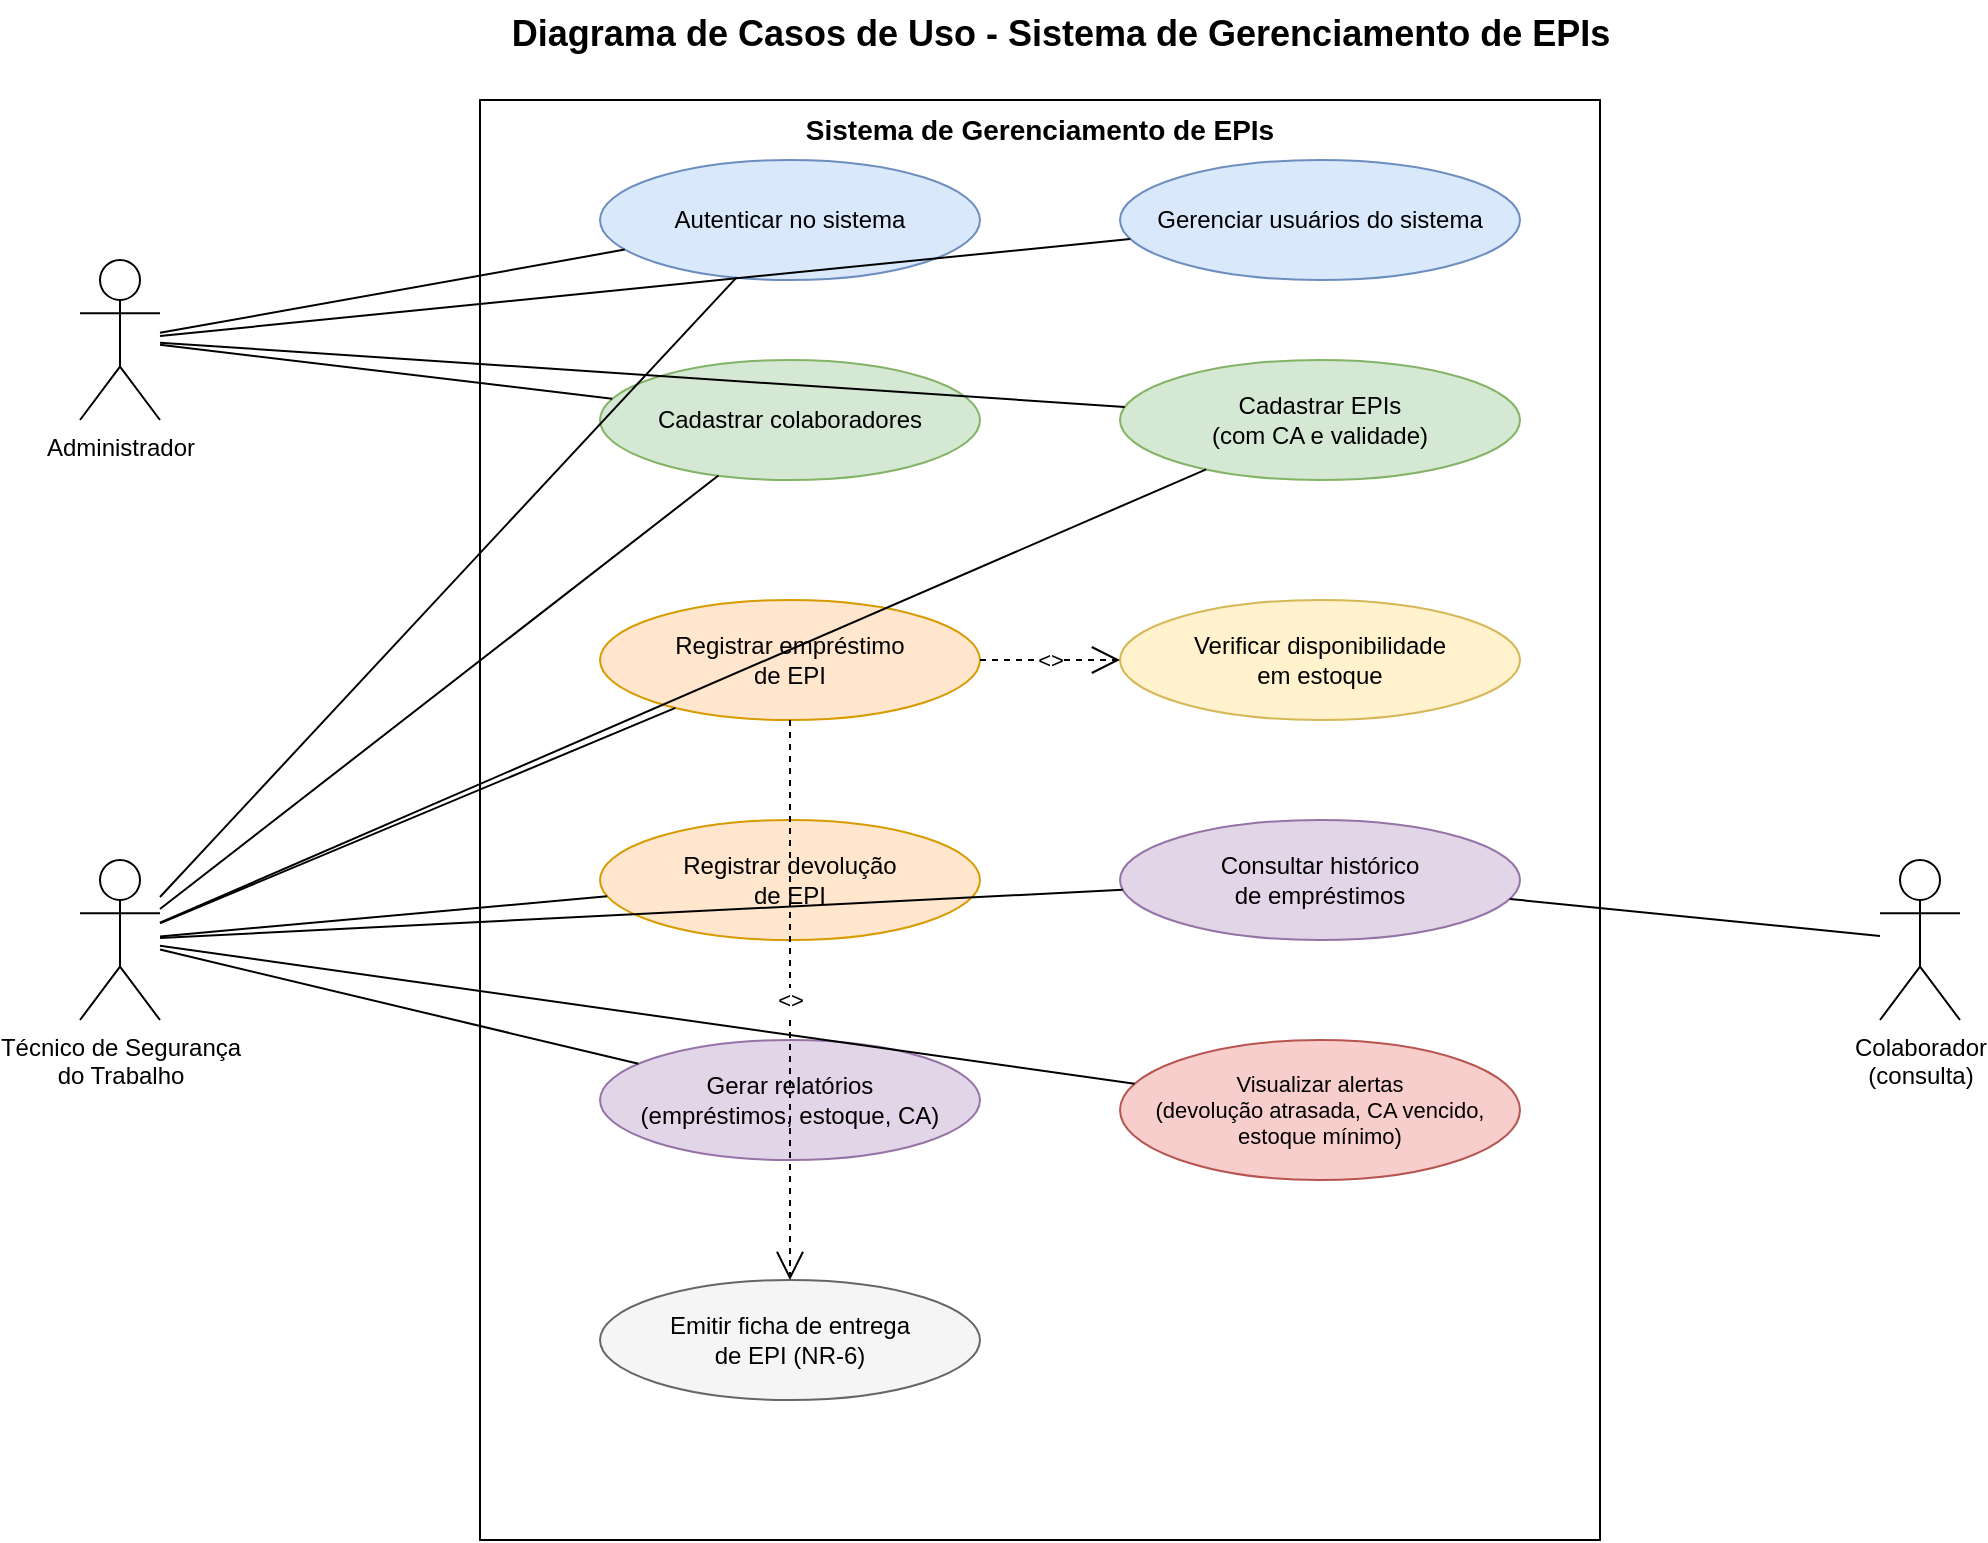
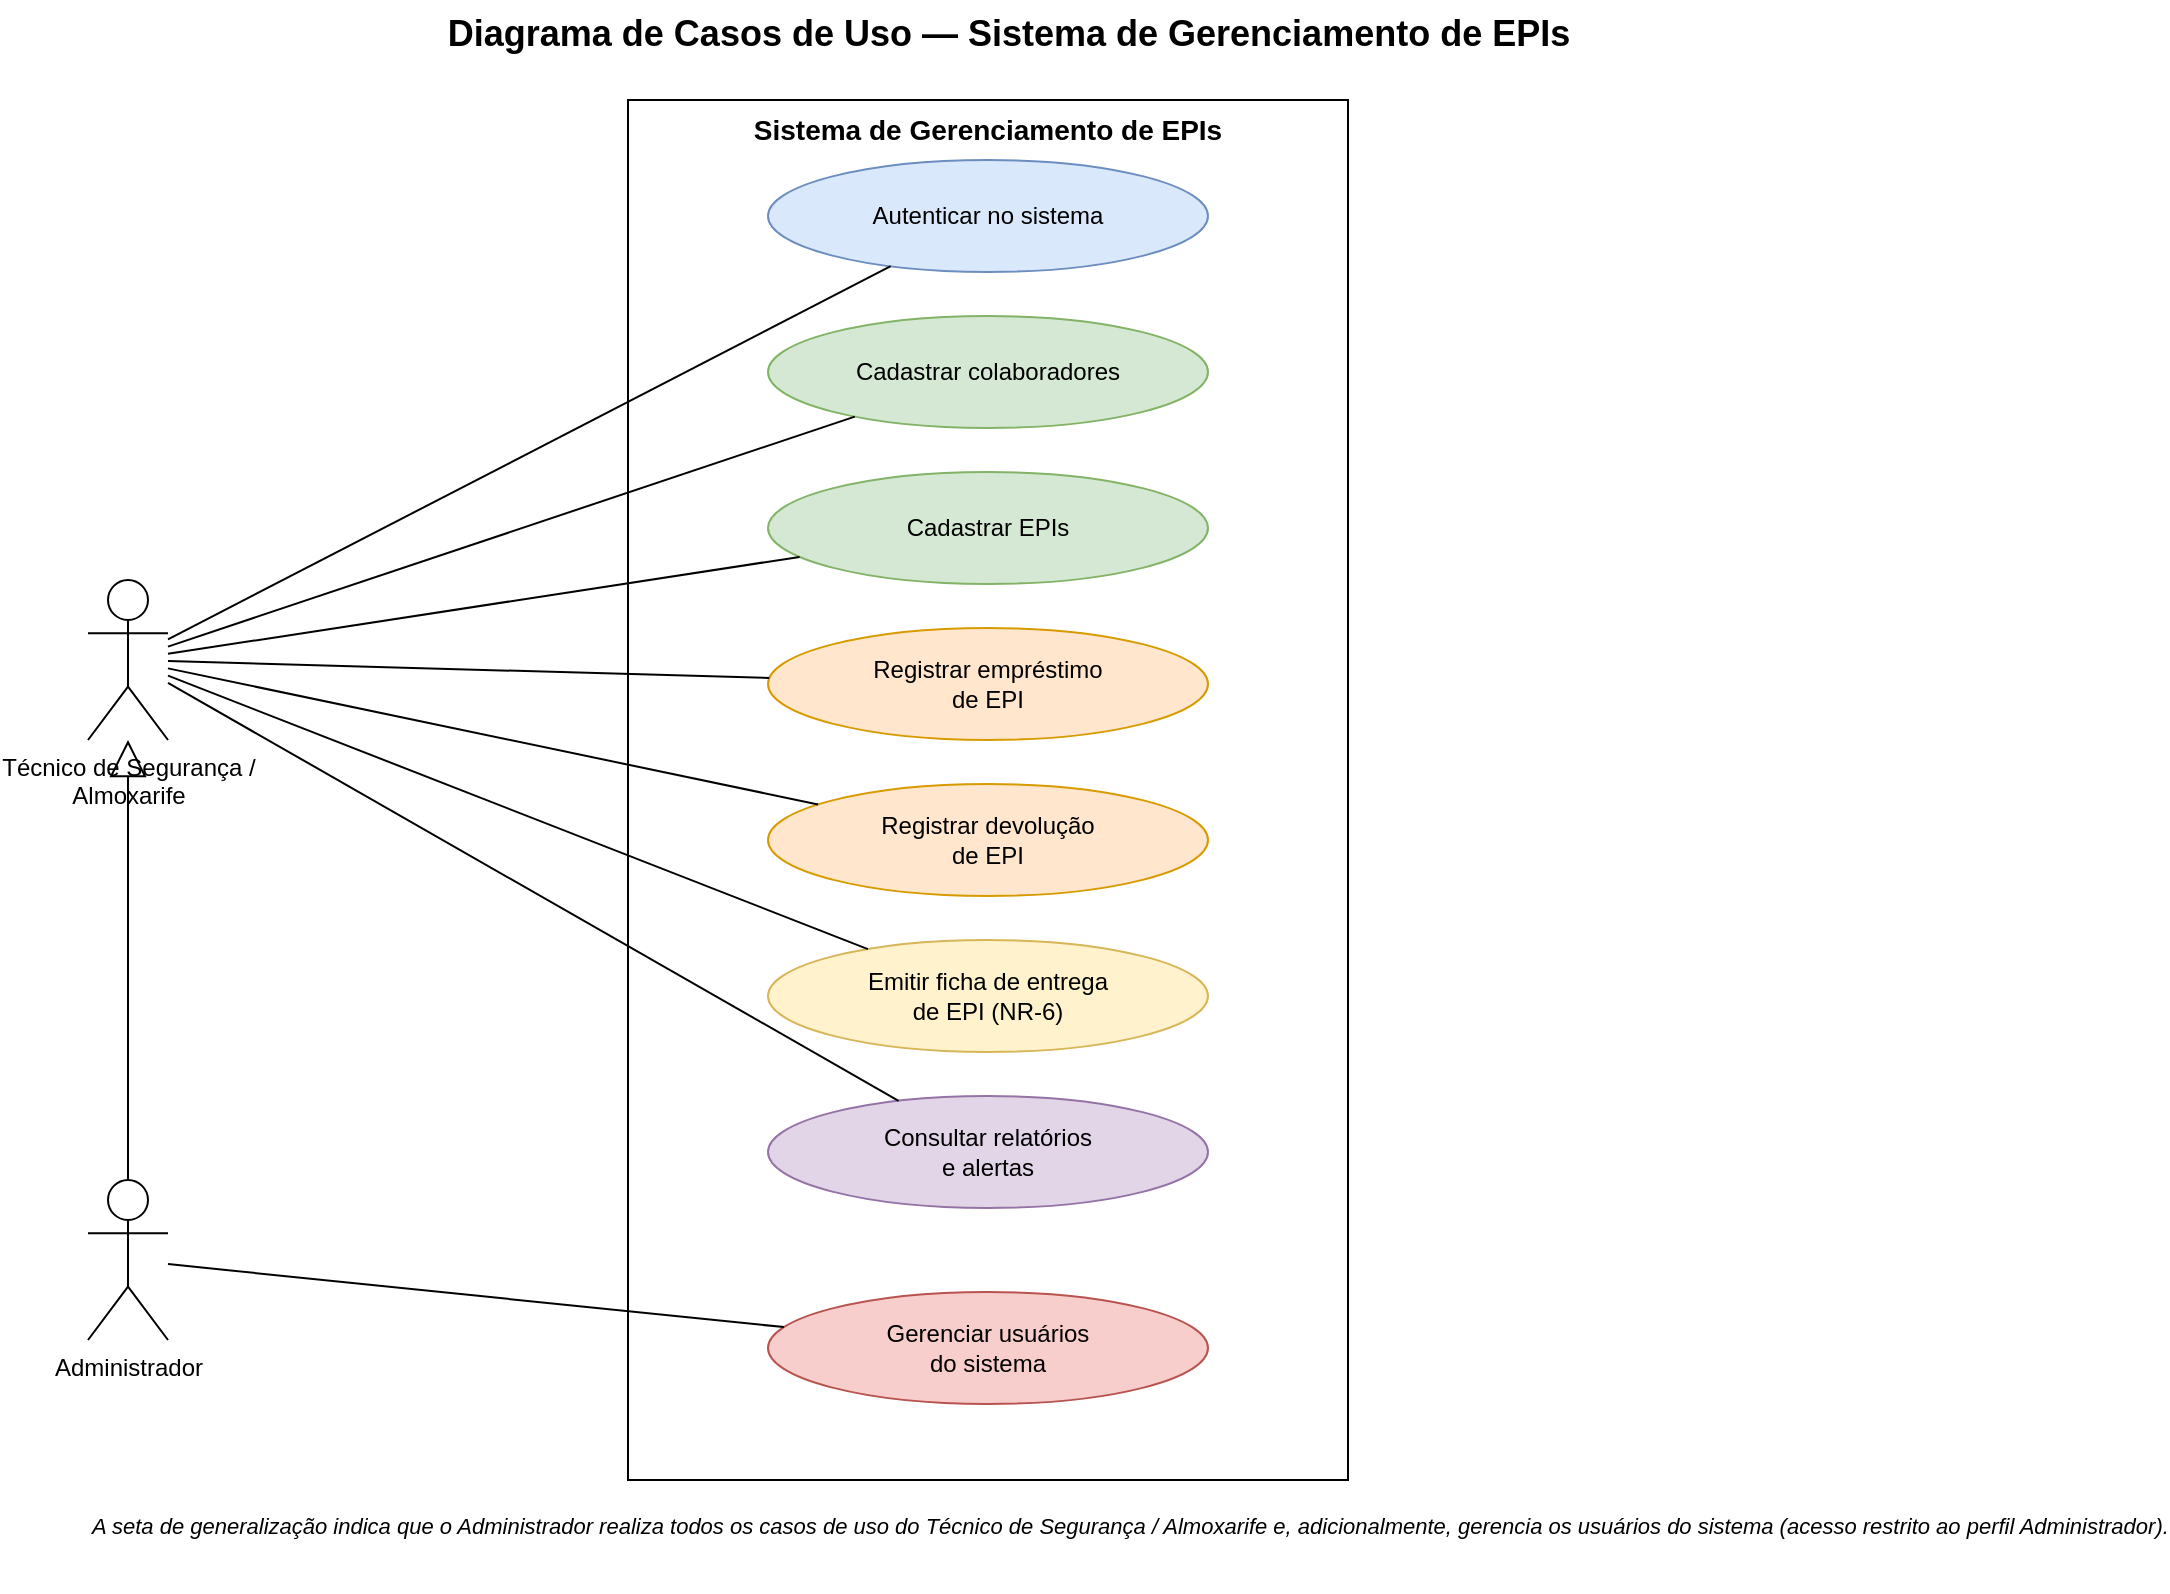
<mxfile host="app.diagrams.net">
  <diagram id="uc-epi" name="Casos de Uso - Sistema de EPIs">
    <mxGraphModel dx="1200" dy="800" grid="1" gridSize="10" guides="1" tooltips="1" connect="1" arrows="1" fold="1" page="1" pageScale="1" pageWidth="1169" pageHeight="826" math="0" shadow="0">
      <root>
        <mxCell id="0" />
        <mxCell id="1" parent="0" />

-         <mxCell id="titulo" value="Diagrama de Casos de Uso - Sistema de Gerenciamento de EPIs" style="text;html=1;fontSize=18;fontStyle=1;align=center;" vertex="1" parent="1">
+         <mxCell id="titulo" value="Diagrama de Casos de Uso — Sistema de Gerenciamento de EPIs" style="text;html=1;fontSize=18;fontStyle=1;align=center;" vertex="1" parent="1">
          <mxGeometry x="250" y="10" width="680" height="30" as="geometry" />
        </mxCell>

        <!-- Fronteira do sistema -->
        <mxCell id="sistema" value="Sistema de Gerenciamento de EPIs" style="rounded=0;whiteSpace=wrap;html=1;verticalAlign=top;fontSize=14;fontStyle=1;fillColor=none;strokeColor=#000000;" vertex="1" parent="1">
-           <mxGeometry x="300" y="60" width="560" height="720" as="geometry" />
+           <mxGeometry x="400" y="60" width="360" height="690" as="geometry" />
        </mxCell>

        <!-- Atores -->
+         <mxCell id="atorOperador" value="Técnico de Segurança /&#10;Almoxarife" style="shape=umlActor;verticalLabelPosition=bottom;verticalAlign=top;html=1;outlineConnect=0;fontSize=12;" vertex="1" parent="1">
+           <mxGeometry x="130" y="300" width="40" height="80" as="geometry" />
+         </mxCell>
        <mxCell id="atorAdmin" value="Administrador" style="shape=umlActor;verticalLabelPosition=bottom;verticalAlign=top;html=1;outlineConnect=0;fontSize=12;" vertex="1" parent="1">
-           <mxGeometry x="100" y="140" width="40" height="80" as="geometry" />
-         </mxCell>
-         <mxCell id="atorTec" value="Técnico de Segurança&#10;do Trabalho" style="shape=umlActor;verticalLabelPosition=bottom;verticalAlign=top;html=1;outlineConnect=0;fontSize=12;" vertex="1" parent="1">
-           <mxGeometry x="100" y="440" width="40" height="80" as="geometry" />
-         </mxCell>
-         <mxCell id="atorColab" value="Colaborador&#10;(consulta)" style="shape=umlActor;verticalLabelPosition=bottom;verticalAlign=top;html=1;outlineConnect=0;fontSize=12;" vertex="1" parent="1">
-           <mxGeometry x="1000" y="440" width="40" height="80" as="geometry" />
+           <mxGeometry x="130" y="600" width="40" height="80" as="geometry" />
        </mxCell>

-         <!-- Casos de uso -->
-         <mxCell id="ucLogin" value="Autenticar no sistema" style="ellipse;whiteSpace=wrap;html=1;fontSize=12;fillColor=#dae8fc;strokeColor=#6c8ebf;" vertex="1" parent="1">
-           <mxGeometry x="360" y="90" width="190" height="60" as="geometry" />
+         <!-- Casos de uso (espelham os menus do sistema) -->
+         <mxCell id="uc1" value="Autenticar no sistema" style="ellipse;whiteSpace=wrap;html=1;fontSize=12;fillColor=#dae8fc;strokeColor=#6c8ebf;" vertex="1" parent="1">
+           <mxGeometry x="470" y="90" width="220" height="56" as="geometry" />
        </mxCell>
-         <mxCell id="ucUsuarios" value="Gerenciar usuários do sistema" style="ellipse;whiteSpace=wrap;html=1;fontSize=12;fillColor=#dae8fc;strokeColor=#6c8ebf;" vertex="1" parent="1">
-           <mxGeometry x="620" y="90" width="200" height="60" as="geometry" />
+         <mxCell id="uc2" value="Cadastrar colaboradores" style="ellipse;whiteSpace=wrap;html=1;fontSize=12;fillColor=#d5e8d4;strokeColor=#82b366;" vertex="1" parent="1">
+           <mxGeometry x="470" y="168" width="220" height="56" as="geometry" />
        </mxCell>
-         <mxCell id="ucColab" value="Cadastrar colaboradores" style="ellipse;whiteSpace=wrap;html=1;fontSize=12;fillColor=#d5e8d4;strokeColor=#82b366;" vertex="1" parent="1">
-           <mxGeometry x="360" y="190" width="190" height="60" as="geometry" />
+         <mxCell id="uc3" value="Cadastrar EPIs" style="ellipse;whiteSpace=wrap;html=1;fontSize=12;fillColor=#d5e8d4;strokeColor=#82b366;" vertex="1" parent="1">
+           <mxGeometry x="470" y="246" width="220" height="56" as="geometry" />
        </mxCell>
-         <mxCell id="ucEpi" value="Cadastrar EPIs&#10;(com CA e validade)" style="ellipse;whiteSpace=wrap;html=1;fontSize=12;fillColor=#d5e8d4;strokeColor=#82b366;" vertex="1" parent="1">
-           <mxGeometry x="620" y="190" width="200" height="60" as="geometry" />
+         <mxCell id="uc4" value="Registrar empréstimo&#10;de EPI" style="ellipse;whiteSpace=wrap;html=1;fontSize=12;fillColor=#ffe6cc;strokeColor=#d79b00;" vertex="1" parent="1">
+           <mxGeometry x="470" y="324" width="220" height="56" as="geometry" />
        </mxCell>
-         <mxCell id="ucEmprestimo" value="Registrar empréstimo&#10;de EPI" style="ellipse;whiteSpace=wrap;html=1;fontSize=12;fillColor=#ffe6cc;strokeColor=#d79b00;" vertex="1" parent="1">
-           <mxGeometry x="360" y="310" width="190" height="60" as="geometry" />
+         <mxCell id="uc5" value="Registrar devolução&#10;de EPI" style="ellipse;whiteSpace=wrap;html=1;fontSize=12;fillColor=#ffe6cc;strokeColor=#d79b00;" vertex="1" parent="1">
+           <mxGeometry x="470" y="402" width="220" height="56" as="geometry" />
        </mxCell>
-         <mxCell id="ucVerifEstoque" value="Verificar disponibilidade&#10;em estoque" style="ellipse;whiteSpace=wrap;html=1;fontSize=12;fillColor=#fff2cc;strokeColor=#d6b656;" vertex="1" parent="1">
-           <mxGeometry x="620" y="310" width="200" height="60" as="geometry" />
+         <mxCell id="uc6" value="Emitir ficha de entrega&#10;de EPI (NR-6)" style="ellipse;whiteSpace=wrap;html=1;fontSize=12;fillColor=#fff2cc;strokeColor=#d6b656;" vertex="1" parent="1">
+           <mxGeometry x="470" y="480" width="220" height="56" as="geometry" />
        </mxCell>
-         <mxCell id="ucDevolucao" value="Registrar devolução&#10;de EPI" style="ellipse;whiteSpace=wrap;html=1;fontSize=12;fillColor=#ffe6cc;strokeColor=#d79b00;" vertex="1" parent="1">
-           <mxGeometry x="360" y="420" width="190" height="60" as="geometry" />
+         <mxCell id="uc7" value="Consultar relatórios&#10;e alertas" style="ellipse;whiteSpace=wrap;html=1;fontSize=12;fillColor=#e1d5e7;strokeColor=#9673a6;" vertex="1" parent="1">
+           <mxGeometry x="470" y="558" width="220" height="56" as="geometry" />
        </mxCell>
-         <mxCell id="ucHistorico" value="Consultar histórico&#10;de empréstimos" style="ellipse;whiteSpace=wrap;html=1;fontSize=12;fillColor=#e1d5e7;strokeColor=#9673a6;" vertex="1" parent="1">
-           <mxGeometry x="620" y="420" width="200" height="60" as="geometry" />
-         </mxCell>
-         <mxCell id="ucRelatorios" value="Gerar relatórios&#10;(empréstimos, estoque, CA)" style="ellipse;whiteSpace=wrap;html=1;fontSize=12;fillColor=#e1d5e7;strokeColor=#9673a6;" vertex="1" parent="1">
-           <mxGeometry x="360" y="530" width="190" height="60" as="geometry" />
-         </mxCell>
-         <mxCell id="ucAlertas" value="Visualizar alertas&#10;(devolução atrasada, CA vencido, estoque mínimo)" style="ellipse;whiteSpace=wrap;html=1;fontSize=11;fillColor=#f8cecc;strokeColor=#b85450;" vertex="1" parent="1">
-           <mxGeometry x="620" y="530" width="200" height="70" as="geometry" />
-         </mxCell>
-         <mxCell id="ucFicha" value="Emitir ficha de entrega&#10;de EPI (NR-6)" style="ellipse;whiteSpace=wrap;html=1;fontSize=12;fillColor=#f5f5f5;strokeColor=#666666;" vertex="1" parent="1">
-           <mxGeometry x="360" y="650" width="190" height="60" as="geometry" />
+         <mxCell id="uc8" value="Gerenciar usuários&#10;do sistema" style="ellipse;whiteSpace=wrap;html=1;fontSize=12;fillColor=#f8cecc;strokeColor=#b85450;" vertex="1" parent="1">
+           <mxGeometry x="470" y="656" width="220" height="56" as="geometry" />
        </mxCell>

-         <!-- Associações Administrador -->
-         <mxCell id="a1" style="endArrow=none;html=1;" edge="1" parent="1" source="atorAdmin" target="ucLogin"><mxGeometry relative="1" as="geometry" /></mxCell>
-         <mxCell id="a2" style="endArrow=none;html=1;" edge="1" parent="1" source="atorAdmin" target="ucUsuarios"><mxGeometry relative="1" as="geometry" /></mxCell>
-         <mxCell id="a3" style="endArrow=none;html=1;" edge="1" parent="1" source="atorAdmin" target="ucColab"><mxGeometry relative="1" as="geometry" /></mxCell>
-         <mxCell id="a4" style="endArrow=none;html=1;" edge="1" parent="1" source="atorAdmin" target="ucEpi"><mxGeometry relative="1" as="geometry" /></mxCell>
+         <!-- Associações do operador (Técnico / Almoxarife) -->
+         <mxCell id="a1" style="endArrow=none;html=1;" edge="1" parent="1" source="atorOperador" target="uc1"><mxGeometry relative="1" as="geometry" /></mxCell>
+         <mxCell id="a2" style="endArrow=none;html=1;" edge="1" parent="1" source="atorOperador" target="uc2"><mxGeometry relative="1" as="geometry" /></mxCell>
+         <mxCell id="a3" style="endArrow=none;html=1;" edge="1" parent="1" source="atorOperador" target="uc3"><mxGeometry relative="1" as="geometry" /></mxCell>
+         <mxCell id="a4" style="endArrow=none;html=1;" edge="1" parent="1" source="atorOperador" target="uc4"><mxGeometry relative="1" as="geometry" /></mxCell>
+         <mxCell id="a5" style="endArrow=none;html=1;" edge="1" parent="1" source="atorOperador" target="uc5"><mxGeometry relative="1" as="geometry" /></mxCell>
+         <mxCell id="a6" style="endArrow=none;html=1;" edge="1" parent="1" source="atorOperador" target="uc6"><mxGeometry relative="1" as="geometry" /></mxCell>
+         <mxCell id="a7" style="endArrow=none;html=1;" edge="1" parent="1" source="atorOperador" target="uc7"><mxGeometry relative="1" as="geometry" /></mxCell>

-         <!-- Associações Técnico -->
-         <mxCell id="t1" style="endArrow=none;html=1;" edge="1" parent="1" source="atorTec" target="ucLogin"><mxGeometry relative="1" as="geometry" /></mxCell>
-         <mxCell id="t2" style="endArrow=none;html=1;" edge="1" parent="1" source="atorTec" target="ucColab"><mxGeometry relative="1" as="geometry" /></mxCell>
-         <mxCell id="t3" style="endArrow=none;html=1;" edge="1" parent="1" source="atorTec" target="ucEpi"><mxGeometry relative="1" as="geometry" /></mxCell>
-         <mxCell id="t4" style="endArrow=none;html=1;" edge="1" parent="1" source="atorTec" target="ucEmprestimo"><mxGeometry relative="1" as="geometry" /></mxCell>
-         <mxCell id="t5" style="endArrow=none;html=1;" edge="1" parent="1" source="atorTec" target="ucDevolucao"><mxGeometry relative="1" as="geometry" /></mxCell>
-         <mxCell id="t6" style="endArrow=none;html=1;" edge="1" parent="1" source="atorTec" target="ucRelatorios"><mxGeometry relative="1" as="geometry" /></mxCell>
-         <mxCell id="t7" style="endArrow=none;html=1;" edge="1" parent="1" source="atorTec" target="ucHistorico"><mxGeometry relative="1" as="geometry" /></mxCell>
-         <mxCell id="t8" style="endArrow=none;html=1;" edge="1" parent="1" source="atorTec" target="ucAlertas"><mxGeometry relative="1" as="geometry" /></mxCell>
+         <!-- Administrador: herda o operador (generalização) + gerencia usuários -->
+         <mxCell id="ger" style="endArrow=block;endFill=0;endSize=16;html=1;" edge="1" parent="1" source="atorAdmin" target="atorOperador"><mxGeometry relative="1" as="geometry" /></mxCell>
+         <mxCell id="a8" style="endArrow=none;html=1;" edge="1" parent="1" source="atorAdmin" target="uc8"><mxGeometry relative="1" as="geometry" /></mxCell>

-         <!-- Associação Colaborador -->
-         <mxCell id="co1" style="endArrow=none;html=1;" edge="1" parent="1" source="atorColab" target="ucHistorico"><mxGeometry relative="1" as="geometry" /></mxCell>
- 
-         <!-- Includes -->
-         <mxCell id="inc1" value="&lt;&lt;include&gt;&gt;" style="endArrow=open;endSize=12;dashed=1;html=1;fontSize=11;" edge="1" parent="1" source="ucEmprestimo" target="ucVerifEstoque"><mxGeometry relative="1" as="geometry" /></mxCell>
-         <mxCell id="inc2" value="&lt;&lt;include&gt;&gt;" style="endArrow=open;endSize=12;dashed=1;html=1;fontSize=11;" edge="1" parent="1" source="ucEmprestimo" target="ucFicha"><mxGeometry relative="1" as="geometry" /></mxCell>
+         <!-- Nota explicativa -->
+         <mxCell id="nota" value="A seta de generalização indica que o Administrador realiza todos os casos de uso do Técnico de Segurança / Almoxarife e, adicionalmente, gerencia os usuários do sistema (acesso restrito ao perfil Administrador)." style="text;html=1;fontSize=11;fontStyle=2;align=left;" vertex="1" parent="1">
+           <mxGeometry x="130" y="760" width="700" height="46" as="geometry" />
+         </mxCell>
      </root>
    </mxGraphModel>
  </diagram>
</mxfile>
